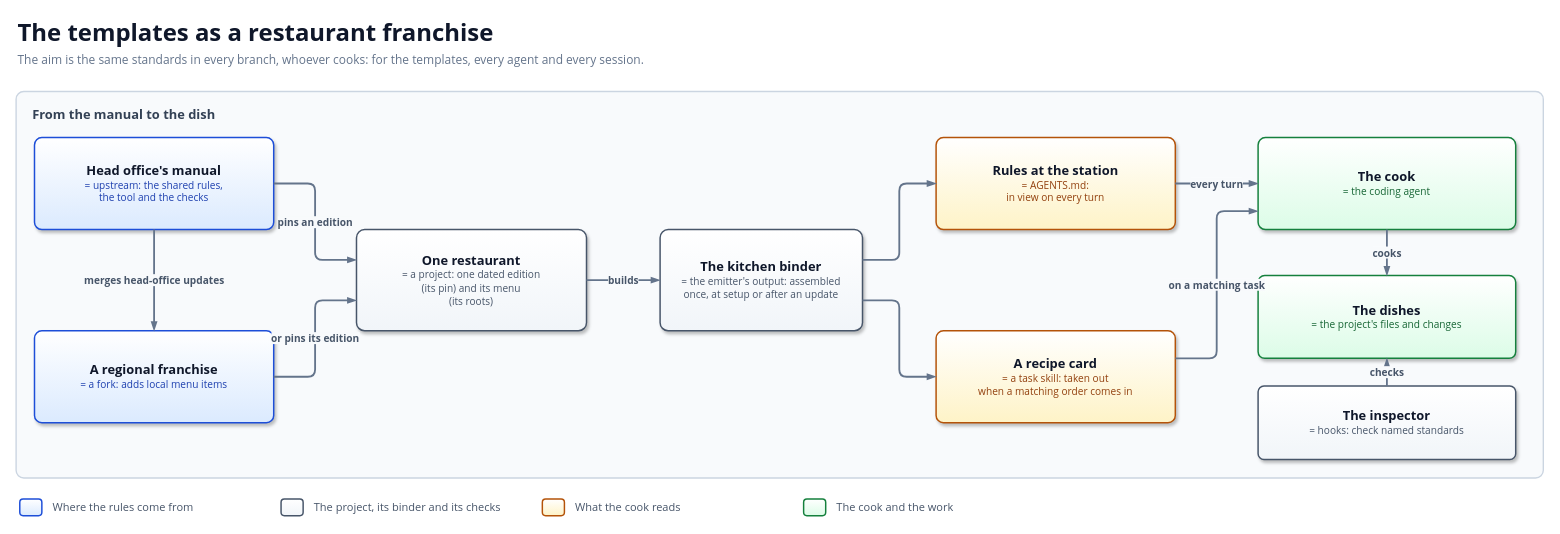
The draw.io diagram docs/diagrams/primer-franchise.drawio in solid-ai-dev/solid-ai-templates, before the edit. Source tidied: cells renumbered, new cells numbered last; positions are measured from the earlier drawing's top-left corner, leaving out a move shared by most shapes. Both pictures are drawn from the tidied source at 92%, with x=0, y=0 at pixel (16, 16).
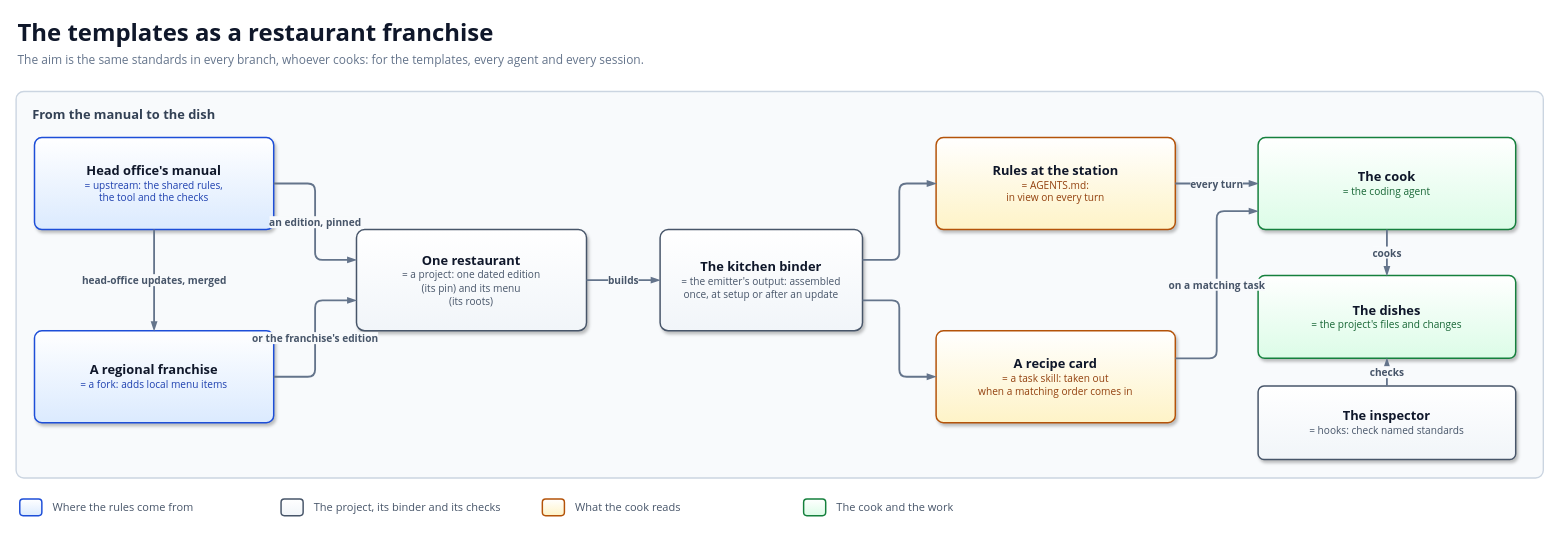
The same page after the edit.

Commit message (it also covers changes not shown here):
docs(primer): label the franchise's source arrows by what flows (#2481)

Claude-Session: https://claude.ai/code/session_01DpT5xNnRJb1cwm2T3M4JoY

The change refers to these unchanged cells:
```xml
<mxCell id="5" value="&lt;b style='font-size:14px;color:#0F172A'&gt;Head office's manual&lt;/b&gt;&lt;br&gt;&lt;span style='font-size:11px;color:#1E40AF'&gt;= upstream: the shared rules,&lt;br&gt;the tool and the checks&lt;/span&gt;" style="rounded=1;arcSize=8;whiteSpace=wrap;html=1;fillColor=#DBEAFE;gradientColor=#FFFFFF;gradientDirection=north;strokeColor=#1D4ED8;strokeWidth=1.6;shadow=1;align=center;fontFamily=Segoe UI;fontColor=#0F172A;spacing=6;" parent="1" vertex="1">
  <mxGeometry x="20" y="132" width="260" height="100" as="geometry" />
</mxCell>
<mxCell id="6" value="&lt;b style='font-size:14px;color:#0F172A'&gt;A regional franchise&lt;/b&gt;&lt;br&gt;&lt;span style='font-size:11px;color:#1E40AF'&gt;= a fork: adds local menu items&lt;/span&gt;" style="rounded=1;arcSize=8;whiteSpace=wrap;html=1;fillColor=#DBEAFE;gradientColor=#FFFFFF;gradientDirection=north;strokeColor=#1D4ED8;strokeWidth=1.6;shadow=1;align=center;fontFamily=Segoe UI;fontColor=#0F172A;spacing=6;" parent="1" vertex="1">
  <mxGeometry x="20" y="342" width="260" height="100" as="geometry" />
</mxCell>
<mxCell id="7" value="&lt;b style='font-size:14px;color:#0F172A'&gt;One restaurant&lt;/b&gt;&lt;br&gt;&lt;span style='font-size:11px;color:#475569'&gt;= a project: one dated edition&lt;br&gt;(its pin) and its menu&lt;br&gt;(its roots)&lt;/span&gt;" style="rounded=1;arcSize=8;whiteSpace=wrap;html=1;fillColor=#F1F5F9;gradientColor=#FFFFFF;gradientDirection=north;strokeColor=#475569;strokeWidth=1.6;shadow=1;align=center;fontFamily=Segoe UI;fontColor=#0F172A;spacing=6;" parent="1" vertex="1">
  <mxGeometry x="370" y="232" width="250" height="110" as="geometry" />
</mxCell>
```

Change to the diagram source:
```diff
@@
-    <mxCell id="14" value="merges head-office updates" style="edgeStyle=orthogonalEdgeStyle;rounded=1;arcSize=16;html=1;jettySize=auto;strokeColor=#64748B;strokeWidth=2.0;endArrow=blockThin;endFill=1;endSize=5;fontFamily=Segoe UI;fontSize=11;fontColor=#475569;fontStyle=1;labelBackgroundColor=#F8FAFC;exitX=0.5;exitY=1;entryX=0.5;entryY=0;" parent="1" edge="1" source="5" target="6">
+    <mxCell id="14" value="head-office updates, merged" style="edgeStyle=orthogonalEdgeStyle;rounded=1;arcSize=16;html=1;jettySize=auto;strokeColor=#64748B;strokeWidth=2.0;endArrow=blockThin;endFill=1;endSize=5;fontFamily=Segoe UI;fontSize=11;fontColor=#475569;fontStyle=1;labelBackgroundColor=#F8FAFC;exitX=0.5;exitY=1;entryX=0.5;entryY=0;" parent="1" edge="1" source="5" target="6">
       <mxGeometry relative="1" as="geometry" />
     </mxCell>
-    <mxCell id="15" value="pins an edition" style="edgeStyle=orthogonalEdgeStyle;rounded=1;arcSize=16;html=1;jettySize=auto;strokeColor=#64748B;strokeWidth=2.0;endArrow=blockThin;endFill=1;endSize=5;fontFamily=Segoe UI;fontSize=11;fontColor=#475569;fontStyle=1;labelBackgroundColor=#F8FAFC;exitX=1;exitY=0.5;entryX=0;entryY=0.3;" parent="1" edge="1" source="5" target="7">
+    <mxCell id="15" value="an edition, pinned" style="edgeStyle=orthogonalEdgeStyle;rounded=1;arcSize=16;html=1;jettySize=auto;strokeColor=#64748B;strokeWidth=2.0;endArrow=blockThin;endFill=1;endSize=5;fontFamily=Segoe UI;fontSize=11;fontColor=#475569;fontStyle=1;labelBackgroundColor=#F8FAFC;exitX=1;exitY=0.5;entryX=0;entryY=0.3;" parent="1" edge="1" source="5" target="7">
       <mxGeometry relative="1" as="geometry" />
     </mxCell>
-    <mxCell id="16" value="or pins its edition" style="edgeStyle=orthogonalEdgeStyle;rounded=1;arcSize=16;html=1;jettySize=auto;strokeColor=#64748B;strokeWidth=2.0;endArrow=blockThin;endFill=1;endSize=5;fontFamily=Segoe UI;fontSize=11;fontColor=#475569;fontStyle=1;labelBackgroundColor=#F8FAFC;exitX=1;exitY=0.5;entryX=0;entryY=0.7;" parent="1" edge="1" source="6" target="7">
+    <mxCell id="16" value="or the franchise's edition" style="edgeStyle=orthogonalEdgeStyle;rounded=1;arcSize=16;html=1;jettySize=auto;strokeColor=#64748B;strokeWidth=2.0;endArrow=blockThin;endFill=1;endSize=5;fontFamily=Segoe UI;fontSize=11;fontColor=#475569;fontStyle=1;labelBackgroundColor=#F8FAFC;exitX=1;exitY=0.5;entryX=0;entryY=0.7;" parent="1" edge="1" source="6" target="7">
       <mxGeometry relative="1" as="geometry" />
     </mxCell>
```
